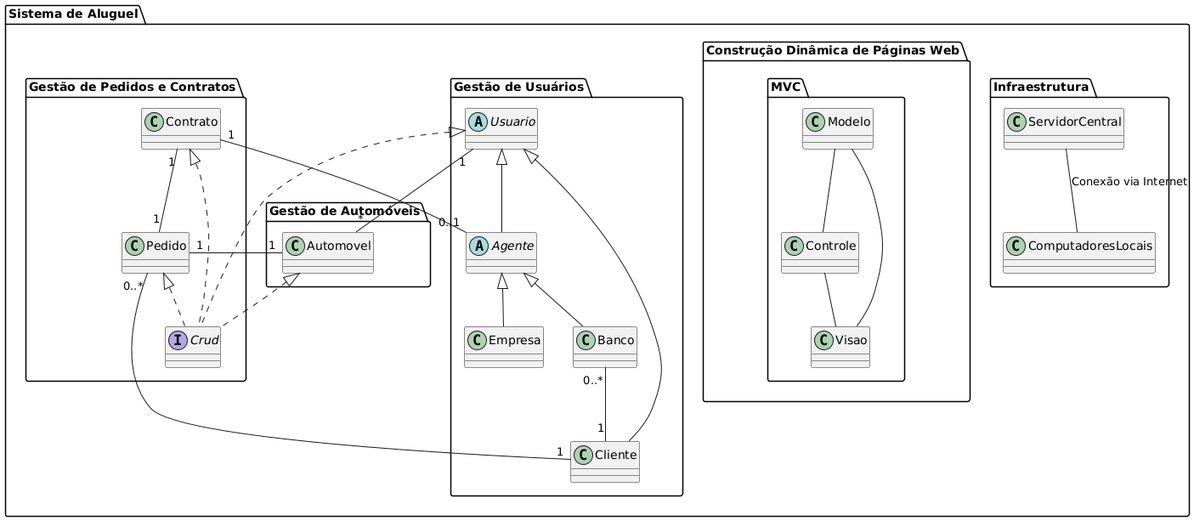
Above: project/img/diagramaDePacote.png in Eduuhms/LDS-Aluguel-de-carros (PlantUML), before the change.
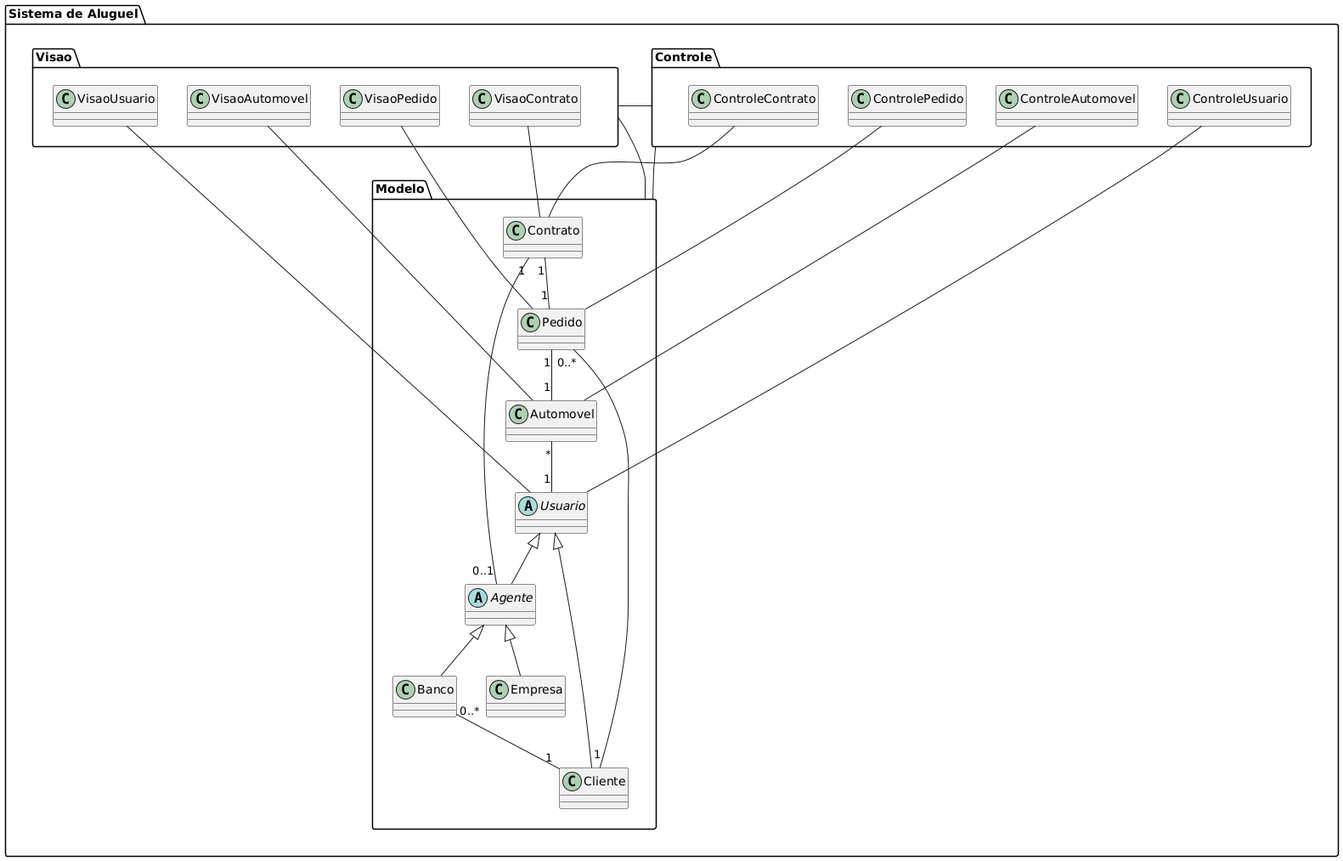
The same diagram one commit later.

Commit message:
diagrama de pacote q vai estar certo pelo amor do bom Deus

Diff of the diagram source:
```diff
@@ -1,16 +1,9 @@
 @startuml
 package "Sistema de Aluguel" {
-    package "Gestão de Pedidos e Contratos" {
+    package "Modelo" {
         class Pedido
         class Contrato
-        interface Crud
-    }
-
-    package "Gestão de Automóveis" {
         class Automovel
-    }
-
-    package "Gestão de Usuários" {
         abstract Usuario
         class Cliente
         abstract Agente
@@ -18,18 +11,20 @@
         class Empresa
     }
 
-    package "Construção Dinâmica de Páginas Web" {
-        package "MVC" {
-            class Modelo
-            class Visao
-            class Controle
-        }
+    package "Visao" {
+        class VisaoPedido
+        class VisaoContrato
+        class VisaoAutomovel
+        class VisaoUsuario
     }
 
-    package "Infraestrutura" {
-        class ServidorCentral
-        class ComputadoresLocais
+    package "Controle" {
+        class ControlePedido
+        class ControleContrato
+        class ControleAutomovel
+        class ControleUsuario
     }
+
 }
 
 Usuario <|-- Cliente
@@ -44,14 +39,18 @@
 Contrato "1" -- "1" Pedido
 Banco "0..*" -- "1" Cliente
 
-ServidorCentral -- ComputadoresLocais : Conexão via Internet
 
 Modelo -- Controle
 Controle -- Visao
 Visao -- Modelo
 
-Usuario <|.. Crud
-Contrato <|.. Crud
-Pedido <|.. Crud
-Automovel <|.. Crud
+ControlePedido -- Pedido
+ControleContrato -- Contrato
+ControleAutomovel -- Automovel
+ControleUsuario -- Usuario
+
+VisaoPedido -- Pedido
+VisaoContrato -- Contrato
+VisaoAutomovel -- Automovel
+VisaoUsuario -- Usuario
 @enduml
```
